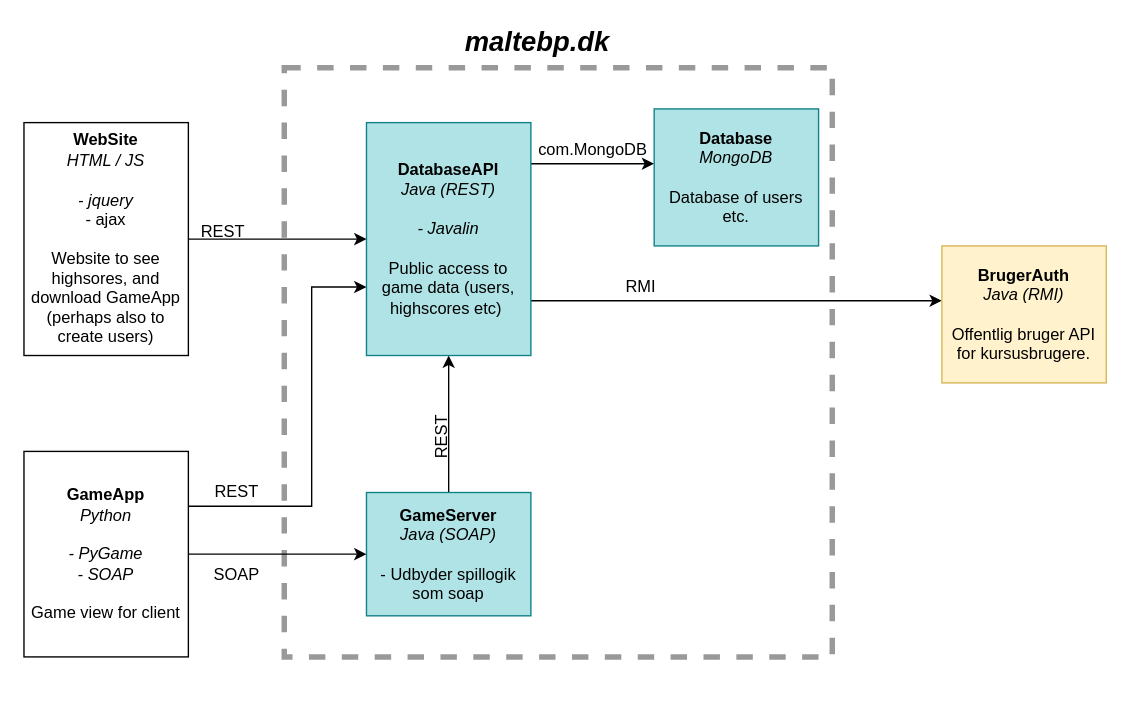
Before: network_topology.drawio in maltebp/HangmanOnline, a draw.io diagram. Source tidied: cells renumbered, new cells numbered last; positions are measured from the earlier drawing's top-left corner, leaving out a move shared by most shapes. Both pictures are drawn from the tidied source at 137%, with x=0, y=0 at pixel (23, 26).
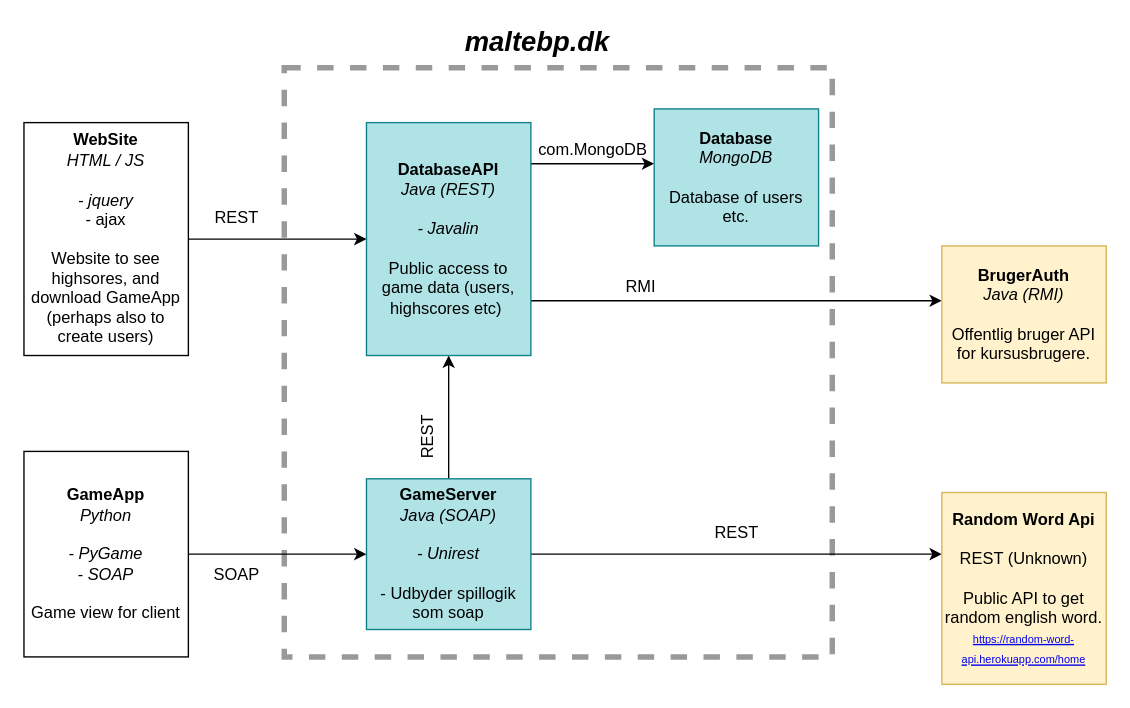
The same page after the edit.

Commit message:
Network_top: Added word server and updated game server

Unchanged cells that the change refers to:
```xml
<mxCell id="7" value="&lt;b&gt;GameApp&lt;br&gt;&lt;/b&gt;&lt;i&gt;Python&lt;/i&gt;&lt;br&gt;&lt;br&gt;&lt;i&gt;- PyGame&lt;/i&gt;&lt;br&gt;&lt;i&gt;- SOAP&lt;/i&gt;&lt;br&gt;&lt;br&gt;Game view for client" style="rounded=0;whiteSpace=wrap;html=1;strokeColor=#000000;" parent="1" vertex="1">
  <mxGeometry y="310" width="120" height="150" as="geometry" />
</mxCell>
<mxCell id="11" value="&lt;b&gt;DatabaseAPI&lt;br&gt;&lt;/b&gt;&lt;i&gt;Java (REST)&lt;/i&gt;&lt;br&gt;&lt;br&gt;&lt;i&gt;- Javalin&lt;/i&gt;&lt;br&gt;&lt;br&gt;Public access to game data (users, highscores etc)&amp;nbsp;" style="rounded=0;whiteSpace=wrap;html=1;fillColor=#b0e3e6;strokeColor=#0e8088;" parent="1" vertex="1">
  <mxGeometry x="250" y="70" width="120" height="170" as="geometry" />
</mxCell>
```

Change to the diagram source:
```diff
@@
+    <mxCell id="22" style="edgeStyle=orthogonalEdgeStyle;rounded=0;jettySize=auto;html=1;" parent="1" edge="1" source="4" target="23">
+      <mxGeometry relative="1" as="geometry">
+        <Array as="points">
+          <mxPoint x="610" y="385" />
+          <mxPoint x="610" y="385" />
+        </Array>
+      </mxGeometry>
+    </mxCell>
-    <mxCell id="4" value="&lt;b&gt;GameServer&lt;/b&gt;&lt;br&gt;&lt;i&gt;Java (SOAP)&lt;br&gt;&lt;/i&gt;&lt;br&gt;- Udbyder spillogik som soap" style="rounded=0;whiteSpace=wrap;html=1;fillColor=#b0e3e6;strokeColor=#0e8088;" parent="1" vertex="1">
-      <mxGeometry x="250" y="340" width="120" height="90" as="geometry" />
+    <mxCell id="4" value="&lt;b&gt;GameServer&lt;/b&gt;&lt;br&gt;&lt;i&gt;Java (SOAP)&lt;br&gt;&lt;br&gt;- Unirest&lt;br&gt;&lt;/i&gt;&lt;br&gt;- Udbyder spillogik som soap" style="rounded=0;whiteSpace=wrap;html=1;fillColor=#b0e3e6;strokeColor=#0e8088;" parent="1" vertex="1">
+      <mxGeometry x="250" y="330" width="120" height="110" as="geometry" />
     </mxCell>
@@
-    <mxCell id="6" style="edgeStyle=orthogonalEdgeStyle;rounded=0;jettySize=auto;html=1;" parent="1" edge="1" source="7" target="11">
-      <mxGeometry relative="1" as="geometry">
-        <Array as="points">
-          <mxPoint x="210" y="350" />
-          <mxPoint x="210" y="190" />
-        </Array>
-      </mxGeometry>
-    </mxCell>
@@
     <mxCell id="16" value="&lt;div&gt;REST&lt;/div&gt;" style="text;html=1;align=center;verticalAlign=middle;rotation=-90;" parent="1" vertex="1">
-      <mxGeometry x="280" y="290" width="50" height="20" as="geometry" />
+      <mxGeometry x="270" y="290" width="50" height="20" as="geometry" />
     </mxCell>
-    <mxCell id="17" value="&lt;div&gt;REST&lt;/div&gt;" style="text;html=1;align=center;verticalAlign=middle;" parent="1" vertex="1">
-      <mxGeometry x="130" y="330" width="50" height="20" as="geometry" />
-    </mxCell>
     <mxCell id="18" value="&lt;div&gt;REST&lt;/div&gt;" style="text;html=1;align=center;verticalAlign=middle;" parent="1" vertex="1">
-      <mxGeometry x="120" y="140" width="50" height="20" as="geometry" />
+      <mxGeometry x="130" y="130" width="50" height="20" as="geometry" />
     </mxCell>
@@
+    <mxCell id="23" value="&lt;b&gt;Random Word Api&lt;br&gt;&lt;/b&gt;&lt;i&gt;&lt;br&gt;&lt;/i&gt;REST (Unknown)&lt;br&gt;&lt;br&gt;Public API to get random english word.&lt;br&gt;&lt;a href=&quot;https://random-word-api.herokuapp.com/home&quot;&gt;&lt;font style=&quot;font-size: 8px&quot;&gt;https://random-word-api.herokuapp.com/home&lt;/font&gt;&lt;/a&gt;" style="rounded=0;whiteSpace=wrap;html=1;fillColor=#fff2cc;strokeColor=#d6b656;" parent="1" vertex="1">
+      <mxGeometry x="670" y="340" width="120" height="140" as="geometry" />
+    </mxCell>
+    <mxCell id="17" value="&lt;div&gt;REST&lt;/div&gt;" style="text;html=1;align=center;verticalAlign=middle;" parent="1" vertex="1">
+      <mxGeometry x="495" y="360" width="50" height="20" as="geometry" />
+    </mxCell>
```
